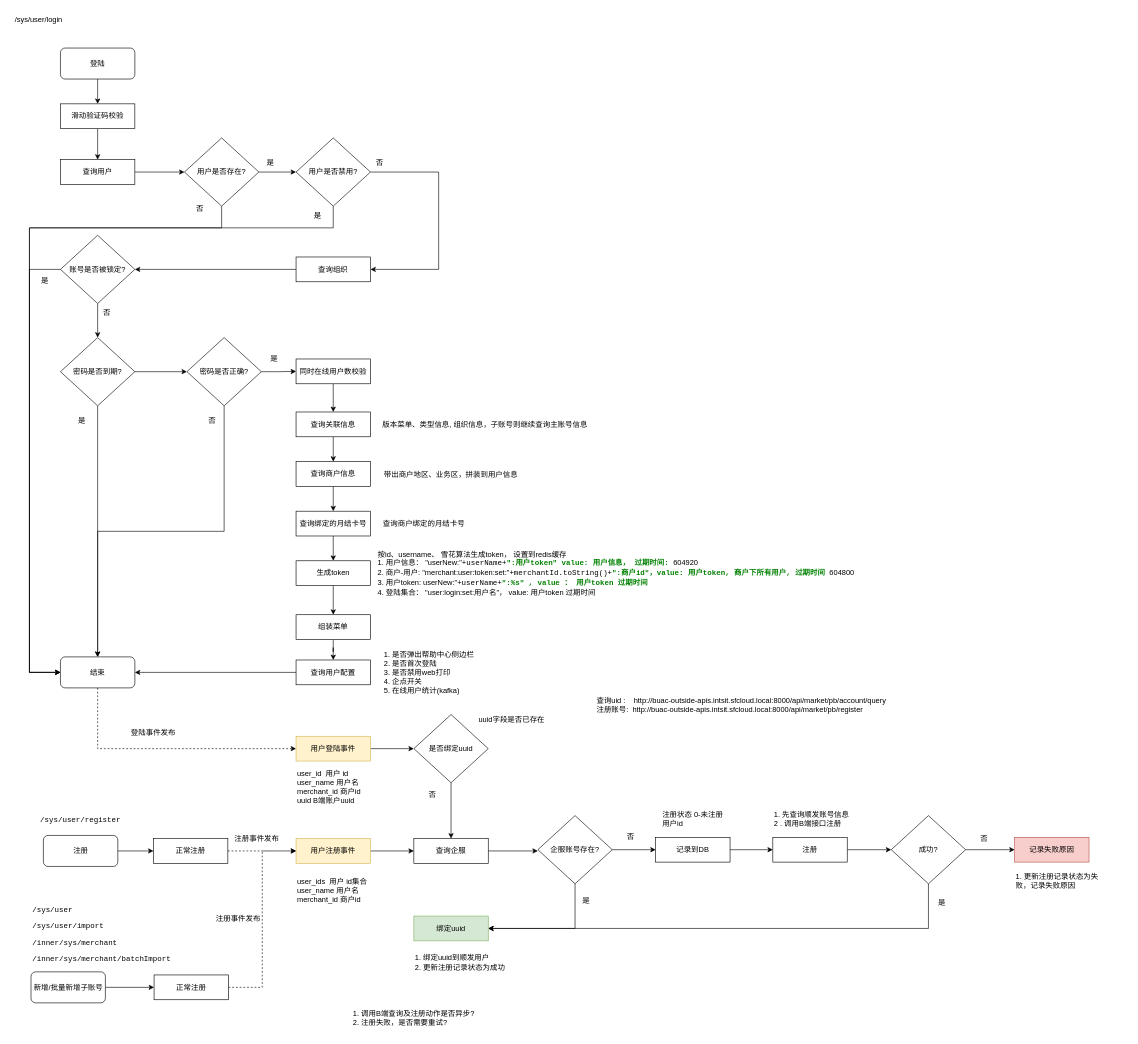
Above: page "1.12" (13 of 13) of 导入.drawio in vvhard/draw_io (draw.io), before the change. Source tidied: cells renumbered, new cells numbered last; positions are measured from the earlier drawing's top-left corner, leaving out a move shared by most shapes. Both pictures are drawn from the tidied source at 62%, with x=0, y=0 at pixel (11, 11).
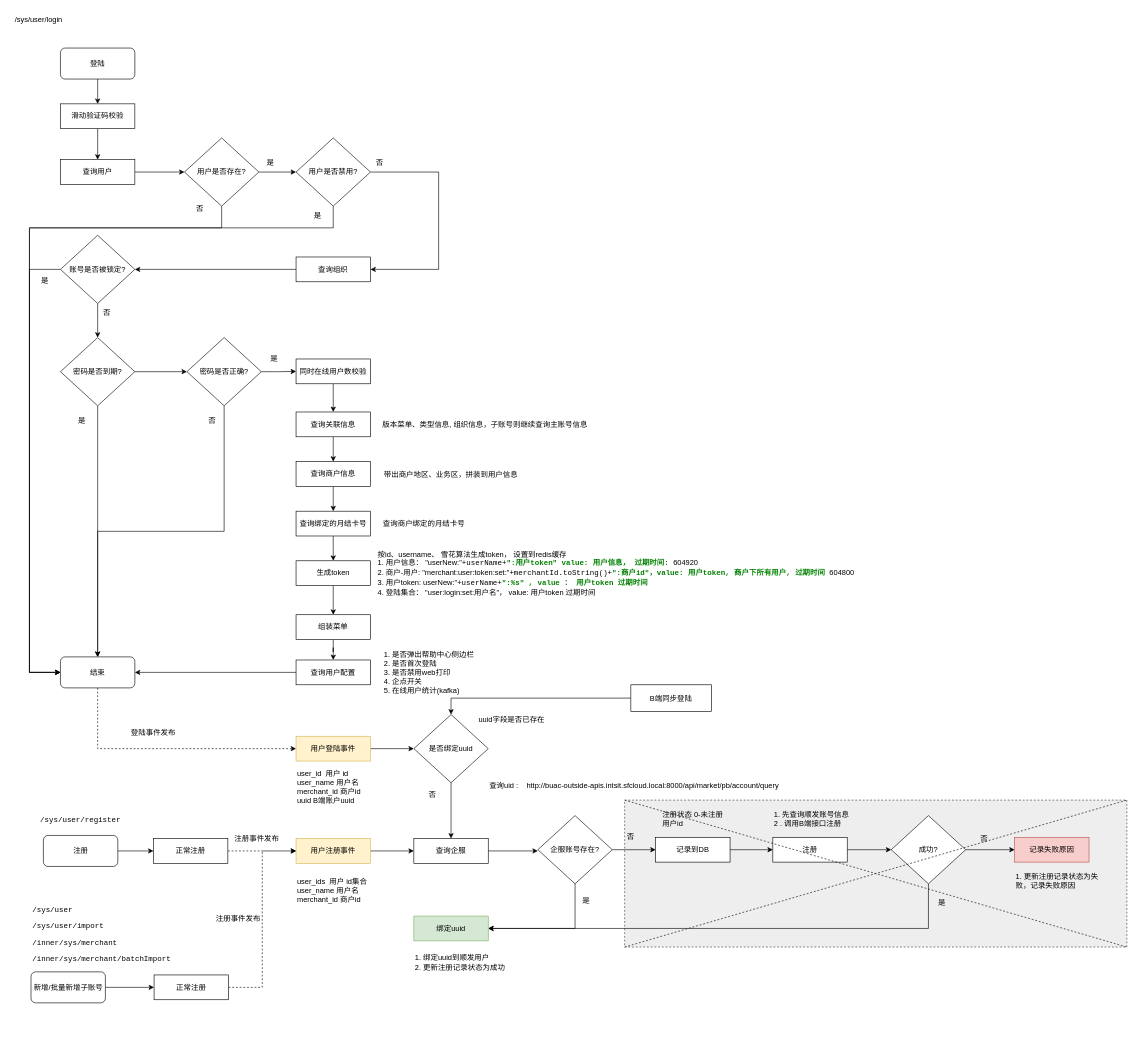
Above is the later version.

Unchanged cells that the change refers to:
```xml
<mxCell id="61" value="是否绑定uuid" style="rhombus;whiteSpace=wrap;html=1;" parent="1" vertex="1">
  <mxGeometry x="650" y="1135" width="120" height="110" as="geometry" />
</mxCell>
```

What changed in the source:
```diff
@@
+    <mxCell id="103" style="rounded=0;whiteSpace=wrap;html=1;fillColor=#eeeeee;dashed=1;strokeColor=#36393d;" parent="1" vertex="1">
+      <mxGeometry x="990" y="1273" width="810" height="237" as="geometry" />
+    </mxCell>
@@
-    <mxCell id="95" value="查询uid :&amp;nbsp; &amp;nbsp; http://buac-outside-apis.intsit.sfcloud.local:8000/api/market/pb/account/query&lt;br&gt;注册账号:&amp;nbsp;&amp;nbsp;http://buac-outside-apis.intsit.sfcloud.local:8000/api/market/pb/register" style="text;html=1;strokeColor=none;fillColor=none;align=left;verticalAlign=middle;whiteSpace=wrap;rounded=0;" parent="1" vertex="1">
-      <mxGeometry x="943" y="1090" width="525" height="60" as="geometry" />
+    <mxCell id="95" value="查询uid :&amp;nbsp; &amp;nbsp; http://buac-outside-apis.intsit.sfcloud.local:8000/api/market/pb/account/query" style="text;html=1;strokeColor=none;fillColor=none;align=left;verticalAlign=middle;whiteSpace=wrap;rounded=0;" parent="1" vertex="1">
+      <mxGeometry x="770" y="1220" width="525" height="60" as="geometry" />
     </mxCell>
@@
-    <mxCell id="102" value="1. 调用B端查询及注册动作是否异步?&lt;br&gt;2. 注册失败，是否需要重试?" style="text;html=1;strokeColor=none;fillColor=none;align=left;verticalAlign=middle;whiteSpace=wrap;rounded=0;" parent="1" vertex="1">
-      <mxGeometry x="550" y="1600" width="220" height="50" as="geometry" />
-    </mxCell>
+    <mxCell id="104" style="endArrow=none;html=1;rounded=0;exitX=0;exitY=0;exitDx=0;exitDy=0;entryX=1;entryY=1;entryDx=0;entryDy=0;dashed=1;" parent="1" edge="1" source="103" target="103">
+      <mxGeometry relative="1" as="geometry" />
+    </mxCell>
+    <mxCell id="105" style="endArrow=none;html=1;rounded=0;exitX=0;exitY=1;exitDx=0;exitDy=0;entryX=1;entryY=0;entryDx=0;entryDy=0;dashed=1;" parent="1" edge="1" source="103" target="103">
+      <mxGeometry relative="1" as="geometry" />
+    </mxCell>
+    <mxCell id="106" style="edgeStyle=orthogonalEdgeStyle;rounded=0;jettySize=auto;html=1;entryX=0.5;entryY=0;entryDx=0;entryDy=0;" parent="1" edge="1" source="107" target="61">
+      <mxGeometry relative="1" as="geometry" />
+    </mxCell>
+    <mxCell id="107" value="B端同步登陆" style="rounded=0;whiteSpace=wrap;html=1;" parent="1" vertex="1">
+      <mxGeometry x="1000" y="1087" width="130" height="43" as="geometry" />
+    </mxCell>
```
